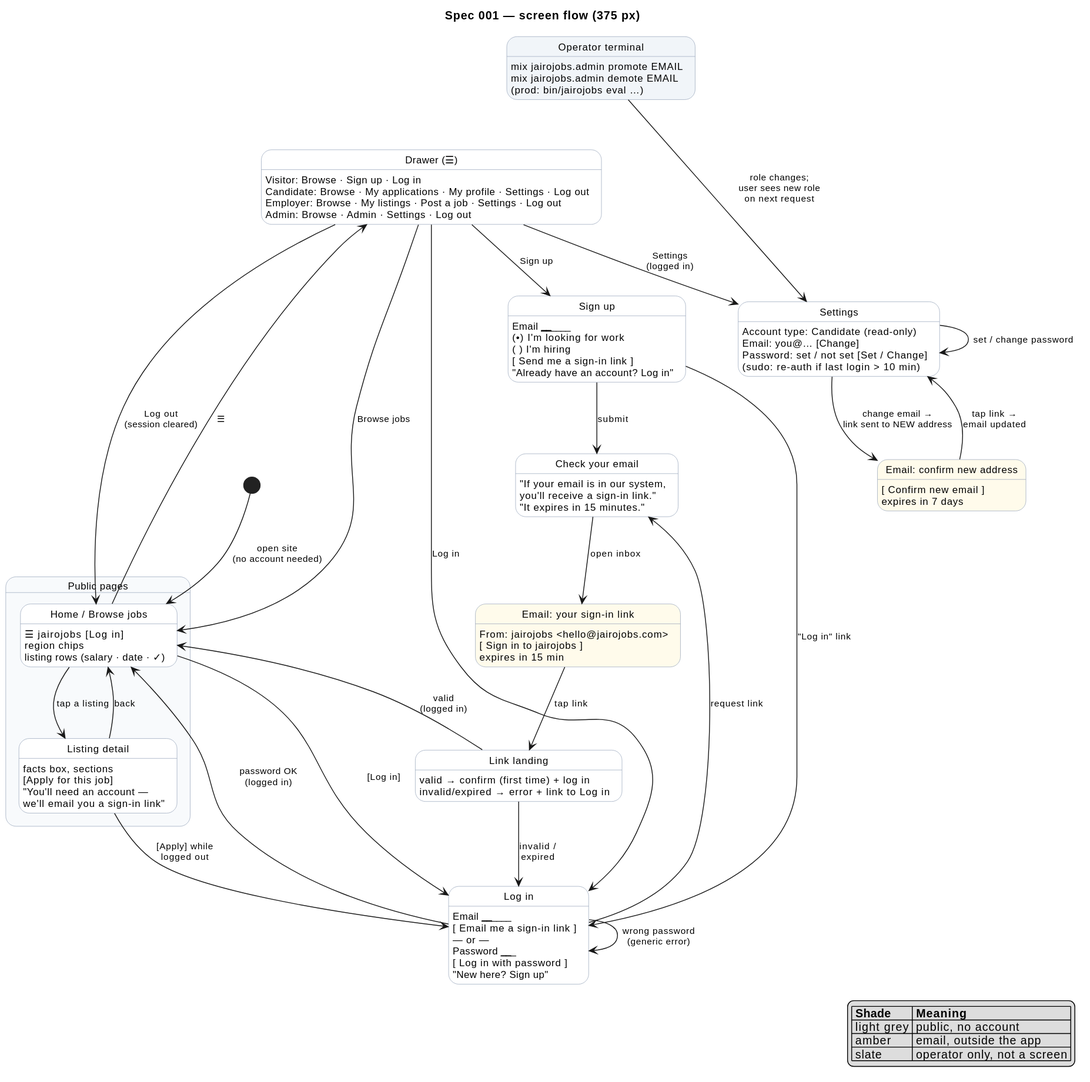
raseniero/jairojobs-elixir keeps this PlantUML diagram as docs/specs/001-accounts-authentication/diagrams/screenflow-auth.svg. Above is the earlier version. Source of this version:
```plantuml
@startuml

hide empty description
skinparam state {
  BackgroundColor white
  BackgroundColor<<public>> #f8fafc
  BackgroundColor<<email>> #fffbeb
  BackgroundColor<<terminal>> #f1f5f9
  BorderColor #94a3b8
  FontSize 12
}
skinparam arrowFontSize 11

title Spec 001 — screen flow (375 px)

state "Public pages" as Public <<public>> {
  state "Home / Browse jobs" as Home
  Home : ☰  jairojobs  [Log in]
  Home : region chips
  Home : listing rows (salary · date · ✓)
  state "Listing detail" as Detail
  Detail : facts box, sections
  Detail : [Apply for this job]
  Detail : "You'll need an account —\nwe'll email you a sign-in link"
  Home --> Detail : tap a listing
  Detail --> Home : back
}

state "Drawer (☰)" as Drawer
Drawer : Visitor: Browse · Sign up · Log in
Drawer : Candidate: Browse · My applications · My profile · Settings · Log out
Drawer : Employer: Browse · My listings · Post a job · Settings · Log out
Drawer : Admin: Browse · Admin · Settings · Log out

state "Sign up" as Signup
Signup : Email ______________
Signup : (•) I'm looking for work
Signup : ( ) I'm hiring
Signup : [ Send me a sign-in link ]
Signup : "Already have an account? Log in"

state "Check your email" as CheckEmail
CheckEmail : "If your email is in our system,\nyou'll receive a sign-in link."
CheckEmail : "It expires in 15 minutes."

state "Email: your sign-in link" as Email <<email>>
Email : From: jairojobs <hello@jairojobs.com>
Email : [ Sign in to jairojobs ]
Email : expires in 15 min

state "Link landing" as Landing
Landing : valid → confirm (first time) + log in
Landing : invalid/expired → error + link to Log in

state "Log in" as Login
Login : Email ______________
Login : [ Email me a sign-in link ]
Login : — or —
Login : Password ___________
Login : [ Log in with password ]
Login : "New here? Sign up"

state "Settings" as Settings
Settings : Account type: Candidate (read-only)
Settings : Email: you@…  [Change]
Settings : Password: set / not set  [Set / Change]
Settings : (sudo: re-auth if last login > 10 min)

state "Email: confirm new address" as EmailChange <<email>>
EmailChange : [ Confirm new email ]
EmailChange : expires in 7 days

state "Operator terminal" as Terminal <<terminal>>
Terminal : mix jairojobs.admin promote EMAIL
Terminal : mix jairojobs.admin demote EMAIL
Terminal : (prod: bin/jairojobs eval …)

[*] --> Home : open site\n(no account needed)
Home --> Drawer : ☰
Drawer --> Home : Browse jobs
Drawer --> Signup : Sign up
Drawer --> Login : Log in
Home --> Login : [Log in]
Detail --> Login : [Apply] while\nlogged out
Signup --> CheckEmail : submit
Signup --> Login : "Log in" link
Login --> CheckEmail : request link
Login --> Home : password OK\n(logged in)
Login --> Login : wrong password\n(generic error)
CheckEmail --> Email : open inbox
Email --> Landing : tap link
Landing --> Home : valid\n(logged in)
Landing --> Login : invalid /\nexpired
Drawer --> Settings : Settings\n(logged in)
Settings --> EmailChange : change email →\nlink sent to NEW address
EmailChange --> Settings : tap link →\nemail updated
Settings --> Settings : set / change password
Drawer --> Home : Log out\n(session cleared)
Terminal --> Settings : role changes;\nuser sees new role\non next request
Terminal -[hidden]-> Drawer

legend right
  |= Shade |= Meaning |
  | light grey | public, no account |
  | amber | email, outside the app |
  | slate | operator only, not a screen |
endlegend
@enduml
```
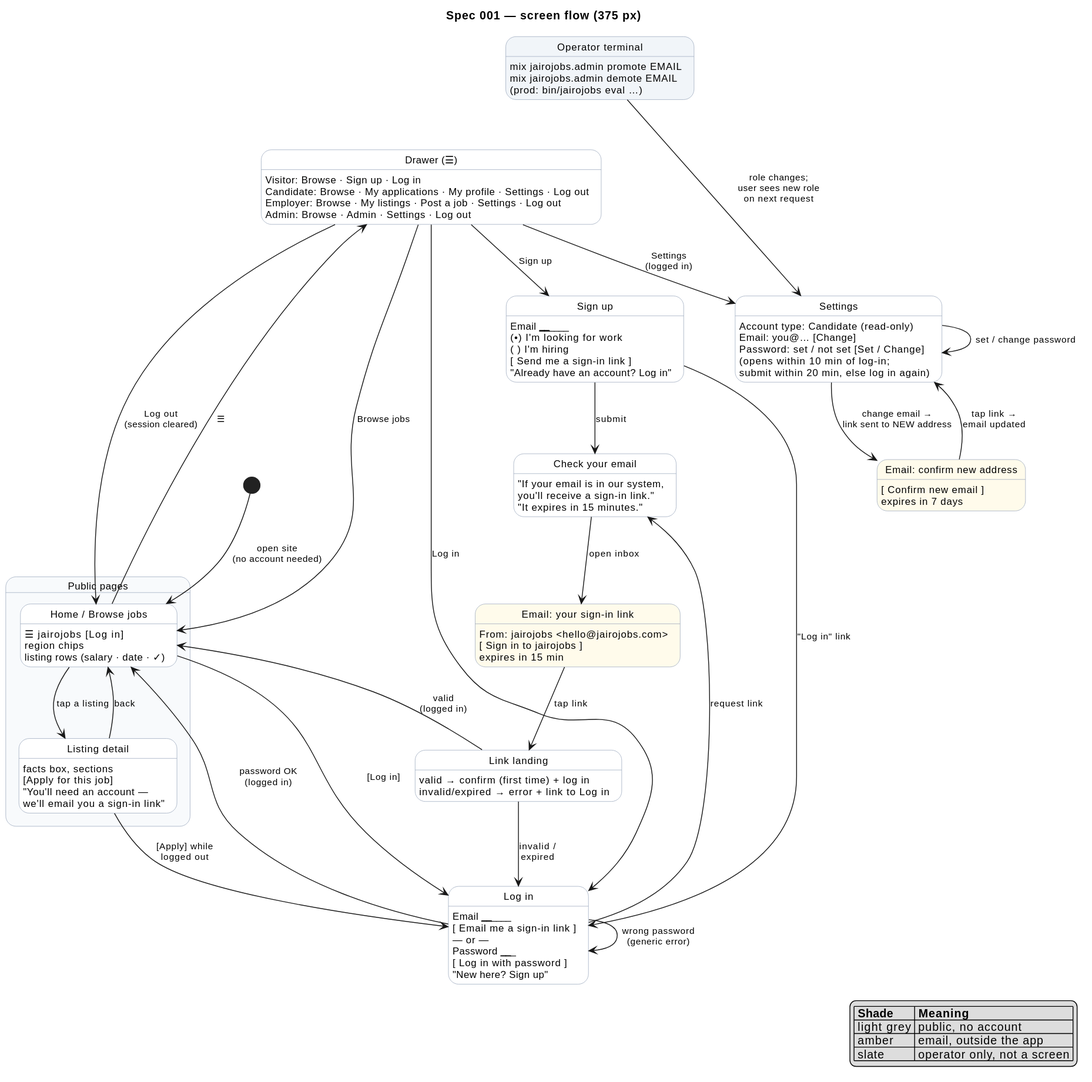
Later version of the same file.

Commit message:
fix(accounts): late Settings submit asks to log in again instead of crashing (REQ-001-6, REQ-001-7)

Change to the diagram source:
```diff
@@ -64,7 +64,7 @@
 Settings : Account type: Candidate (read-only)
 Settings : Email: you@…  [Change]
 Settings : Password: set / not set  [Set / Change]
-Settings : (sudo: re-auth if last login > 10 min)
+Settings : (opens within 10 min of log-in;\nsubmit within 20 min, else log in again)
 
 state "Email: confirm new address" as EmailChange <<email>>
 EmailChange : [ Confirm new email ]
```
